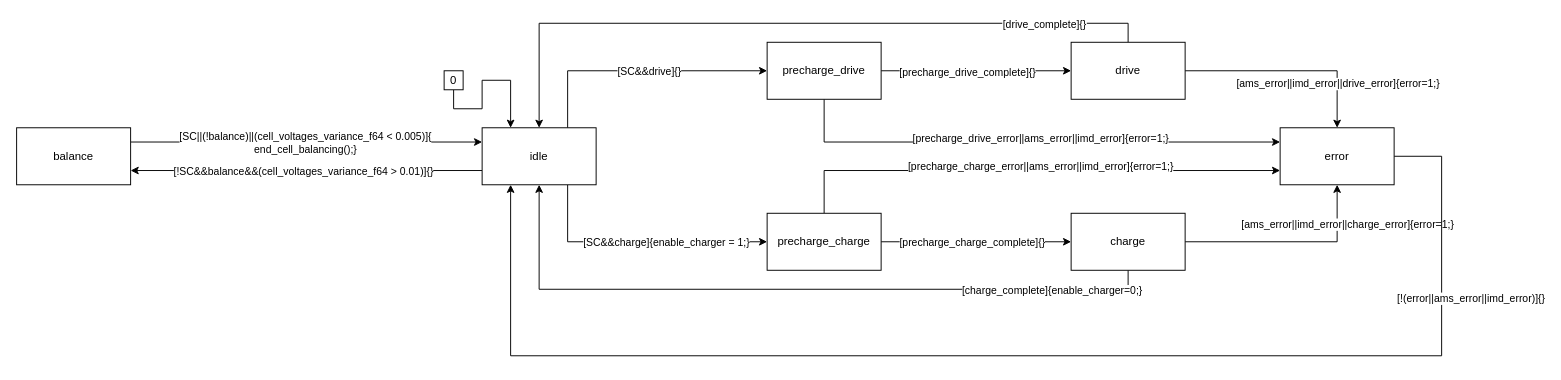
The draw.io diagram page "ams" (1 of 7) of xver/xsm/XML/graph.drawio in osceri/AMS-CC, before the edit. Source tidied: cells renumbered, new cells numbered last; positions are measured from the earlier drawing's top-left corner, leaving out a move shared by most shapes. Both pictures are drawn from the tidied source at 95%, with x=0, y=0 at pixel (16, 42).
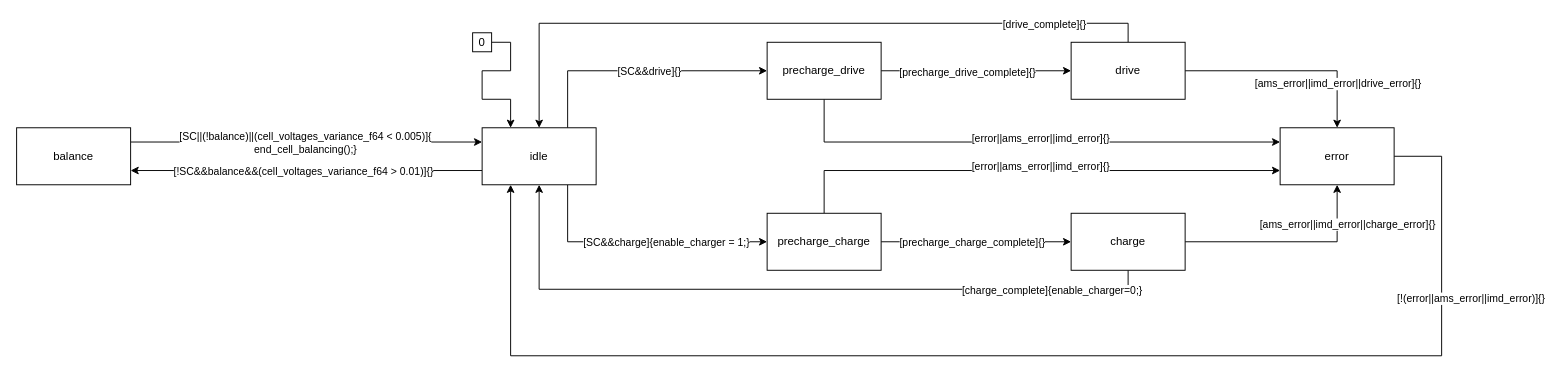
The same diagram, later.

Unchanged cells that the change refers to:
```xml
<mxCell id="4" style="edgeStyle=orthogonalEdgeStyle;rounded=0;jettySize=auto;html=1;exitX=0.5;exitY=1;exitDx=0;exitDy=0;entryX=0;entryY=0.25;entryDx=0;entryDy=0;" parent="1" edge="1" source="6" target="24">
  <mxGeometry relative="1" as="geometry" />
</mxCell>
<mxCell id="9" style="edgeStyle=orthogonalEdgeStyle;rounded=0;jettySize=auto;html=1;exitX=0.5;exitY=0;exitDx=0;exitDy=0;entryX=0;entryY=0.75;entryDx=0;entryDy=0;" parent="1" edge="1" source="11" target="24">
  <mxGeometry relative="1" as="geometry" />
</mxCell>
<mxCell id="12" style="edgeStyle=orthogonalEdgeStyle;rounded=0;jettySize=auto;html=1;exitX=1;exitY=0.5;exitDx=0;exitDy=0;entryX=0.5;entryY=1;entryDx=0;entryDy=0;" parent="1" edge="1" source="16" target="24">
  <mxGeometry relative="1" as="geometry" />
</mxCell>
<mxCell id="17" style="edgeStyle=orthogonalEdgeStyle;rounded=0;jettySize=auto;html=1;exitX=1;exitY=0.5;exitDx=0;exitDy=0;entryX=0.5;entryY=0;entryDx=0;entryDy=0;" parent="1" edge="1" source="21" target="24">
  <mxGeometry relative="1" as="geometry" />
</mxCell>
<mxCell id="31" value="idle" style="rounded=0;whiteSpace=wrap;html=1;" parent="1" vertex="1">
  <mxGeometry x="490" y="90" width="120" height="60" as="geometry" />
</mxCell>
```

What changed in the source:
```diff
@@
-    <mxCell id="5" value="[precharge_drive_error||ams_error||imd_error]{error=1;}" style="edgeLabel;html=1;align=center;verticalAlign=middle;" parent="4" vertex="1">
+    <mxCell id="5" value="[error||ams_error||imd_error]{}" style="edgeLabel;html=1;align=center;verticalAlign=middle;" parent="4" vertex="1">
       <mxGeometry x="-0.73" y="-1" relative="1" as="geometry">
         <mxPoint x="201" y="-6" as="offset" />
       </mxGeometry>
     </mxCell>
@@
-    <mxCell id="10" value="[precharge_charge_error||ams_error||imd_error]{error=1;}" style="edgeLabel;html=1;align=center;verticalAlign=middle;" parent="9" vertex="1">
+    <mxCell id="10" value="[error||ams_error||imd_error]{}" style="edgeLabel;html=1;align=center;verticalAlign=middle;" parent="9" vertex="1">
       <mxGeometry x="-0.65" y="-1" relative="1" as="geometry">
         <mxPoint x="180" y="-6" as="offset" />
       </mxGeometry>
     </mxCell>
@@
-    <mxCell id="13" value="[ams_error||imd_error||charge_error]{error=1;}" style="edgeLabel;html=1;align=center;verticalAlign=middle;" parent="12" vertex="1">
+    <mxCell id="13" value="[ams_error||imd_error||charge_error]{}" style="edgeLabel;html=1;align=center;verticalAlign=middle;" parent="12" vertex="1">
       <mxGeometry x="0.63" relative="1" as="geometry">
         <mxPoint x="10" as="offset" />
       </mxGeometry>
     </mxCell>
@@
-    <mxCell id="18" value="[ams_error||imd_error||drive_error]{error=1;}" style="edgeLabel;html=1;align=center;verticalAlign=middle;" parent="17" vertex="1">
+    <mxCell id="18" value="[ams_error||imd_error||drive_error]{}" style="edgeLabel;html=1;align=center;verticalAlign=middle;" parent="17" vertex="1">
       <mxGeometry x="0.57" relative="1" as="geometry" />
     </mxCell>
@@
-    <mxCell id="35" style="edgeStyle=orthogonalEdgeStyle;rounded=0;jettySize=auto;html=1;exitX=0.5;exitY=1;exitDx=0;exitDy=0;entryX=0.25;entryY=0;entryDx=0;entryDy=0;" parent="1" edge="1" source="36" target="31">
+    <mxCell id="35" style="edgeStyle=orthogonalEdgeStyle;rounded=0;jettySize=auto;html=1;exitX=1;exitY=0.5;exitDx=0;exitDy=0;entryX=0.25;entryY=0;entryDx=0;entryDy=0;" parent="1" edge="1" source="36" target="31">
       <mxGeometry relative="1" as="geometry">
         <Array as="points">
-          <mxPoint x="460" y="70" />
-          <mxPoint x="490" y="70" />
-          <mxPoint x="490" y="40" />
-          <mxPoint x="520" y="40" />
+          <mxPoint x="520" />
+          <mxPoint x="520" y="30" />
+          <mxPoint x="490" y="30" />
+          <mxPoint x="490" y="60" />
+          <mxPoint x="520" y="60" />
         </Array>
       </mxGeometry>
     </mxCell>
     <mxCell id="36" value="0" style="rounded=0;whiteSpace=wrap;html=1;" parent="1" vertex="1">
-      <mxGeometry x="450" y="30" width="20" height="20" as="geometry" />
+      <mxGeometry x="480" y="-10" width="20" height="20" as="geometry" />
     </mxCell>
```
